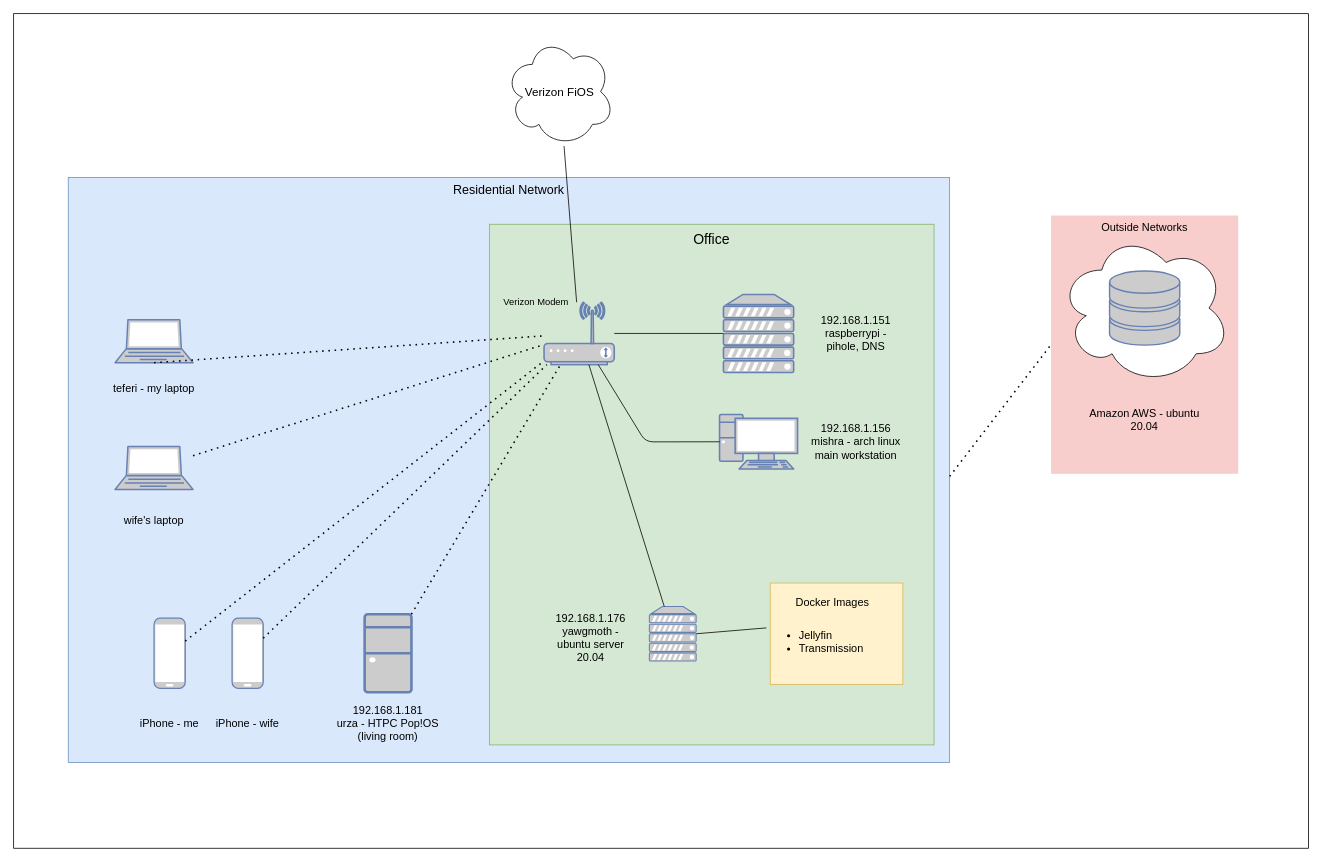
This is Untitled Diagram.drawio from Aezon22/main, a draw.io file, before an edit. Source tidied: cells renumbered, new cells numbered last; positions are measured from the earlier drawing's top-left corner, leaving out a move shared by most shapes. Both pictures are drawn from the tidied source at 78%, with x=0, y=0 at pixel (13, 13).
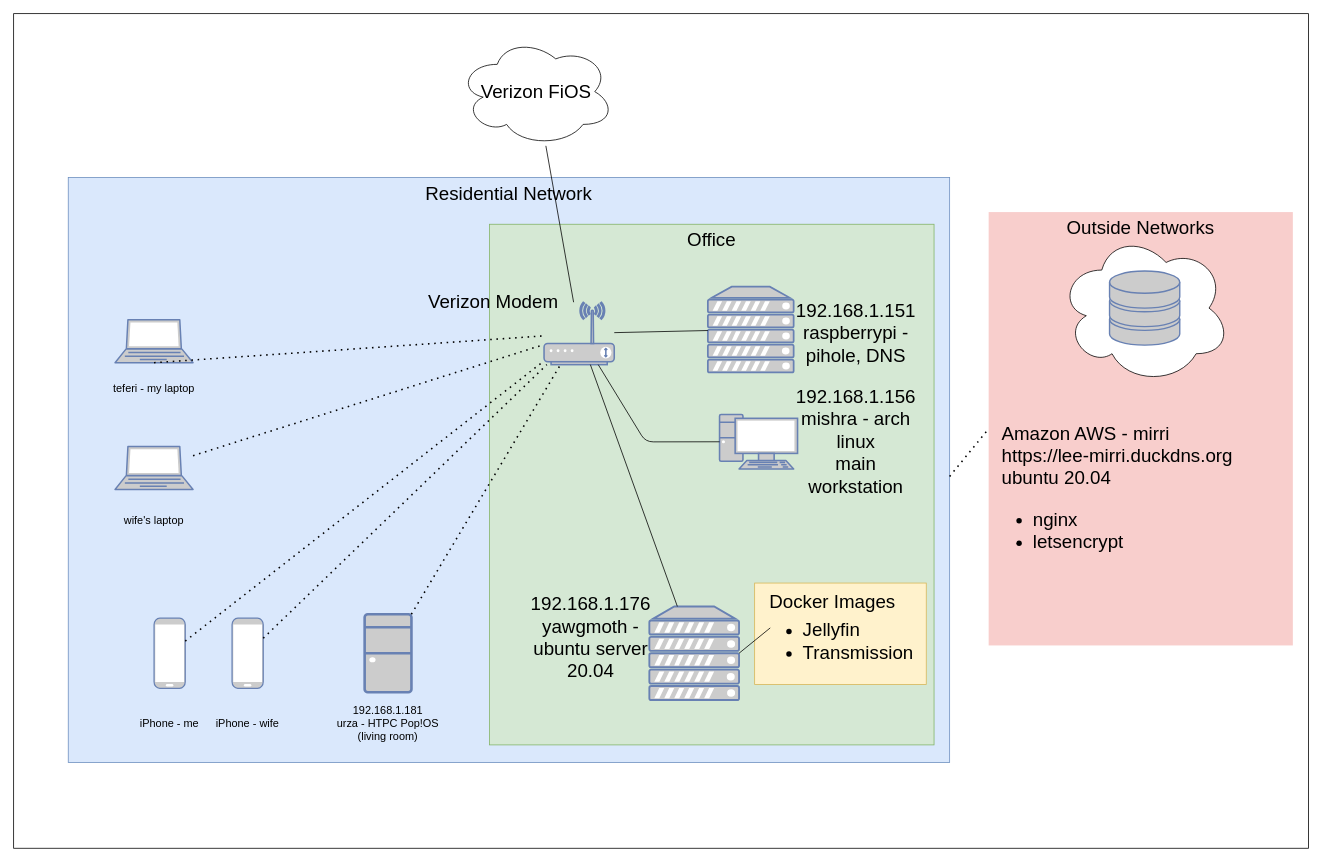
The same page after the edit.

Diff of the diagram source:
```diff
@@
-    <mxCell id="2" style="rounded=0;whiteSpace=wrap;html=1;" parent="1" vertex="1">
+    <mxCell id="2" value="&lt;div align=&quot;left&quot;&gt;&lt;br&gt;&lt;/div&gt;" style="rounded=0;whiteSpace=wrap;html=1;align=left;" parent="1" vertex="1">
       <mxGeometry width="1660" height="1070" as="geometry" />
     </mxCell>
-    <mxCell id="3" value="Residential Network " style="whiteSpace=wrap;html=1;fillColor=#dae8fc;fontSize=16;strokeColor=#6c8ebf;verticalAlign=top;" parent="1" vertex="1">
+    <mxCell id="3" value="&lt;font style=&quot;font-size: 24px&quot;&gt;Residential Network &lt;/font&gt;" style="whiteSpace=wrap;html=1;fillColor=#dae8fc;fontSize=16;strokeColor=#6c8ebf;verticalAlign=top;" parent="1" vertex="1">
       <mxGeometry x="70" y="210" width="1130" height="750" as="geometry" />
     </mxCell>
-    <mxCell id="4" value="Outside Networks" style="whiteSpace=wrap;html=1;fillColor=#f8cecc;fontSize=14;strokeColor=none;verticalAlign=top;" parent="1" vertex="1">
-      <mxGeometry x="1330" y="258.8" width="240" height="331.2" as="geometry" />
+    <mxCell id="4" value="&lt;font style=&quot;font-size: 24px&quot;&gt;Outside Networks&lt;/font&gt;" style="whiteSpace=wrap;html=1;fillColor=#f8cecc;fontSize=14;strokeColor=none;verticalAlign=top;" parent="1" vertex="1">
+      <mxGeometry x="1250" y="254.4" width="390" height="555.6" as="geometry" />
     </mxCell>
@@
-    <mxCell id="7" value="&lt;font style=&quot;font-size: 15px&quot;&gt;Verizon FiOS&lt;/font&gt;" style="ellipse;shape=cloud;whiteSpace=wrap;html=1;" parent="1" vertex="1">
-      <mxGeometry x="630" y="30" width="140" height="140" as="geometry" />
+    <mxCell id="7" value="&lt;font style=&quot;font-size: 24px&quot;&gt;Verizon FiOS&lt;/font&gt;" style="ellipse;shape=cloud;whiteSpace=wrap;html=1;" parent="1" vertex="1">
+      <mxGeometry x="570" y="30" width="200" height="140" as="geometry" />
     </mxCell>
@@
     <mxCell id="13" style="fontColor=#0066CC;verticalAlign=top;verticalLabelPosition=bottom;labelPosition=center;align=center;html=1;outlineConnect=0;fillColor=#CCCCCC;strokeColor=#6881B3;gradientColor=none;gradientDirection=north;strokeWidth=2;shape=mxgraph.networks.server;" parent="1" vertex="1">
-      <mxGeometry x="815" y="760" width="60" height="70" as="geometry" />
+      <mxGeometry x="815" y="760" width="115" height="120" as="geometry" />
     </mxCell>
     <mxCell id="14" style="fontColor=#0066CC;verticalAlign=top;verticalLabelPosition=bottom;labelPosition=center;align=center;html=1;outlineConnect=0;fillColor=#CCCCCC;strokeColor=#6881B3;gradientColor=none;gradientDirection=north;strokeWidth=2;shape=mxgraph.networks.server;" parent="1" vertex="1">
-      <mxGeometry x="910" y="360" width="90" height="100" as="geometry" />
+      <mxGeometry x="890" y="350" width="110" height="110" as="geometry" />
     </mxCell>
@@
-    <mxCell id="30" value="192.168.1.151&lt;br style=&quot;font-size: 14px;&quot;&gt;&lt;div style=&quot;font-size: 14px;&quot;&gt;raspberrypi - pihole, DNS&lt;/div&gt;" style="text;html=1;strokeColor=none;fillColor=none;align=center;verticalAlign=middle;whiteSpace=wrap;rounded=0;fontSize=14;" parent="1" vertex="1">
+    <mxCell id="30" value="&lt;font style=&quot;font-size: 24px&quot;&gt;192.168.1.151&lt;br&gt;&lt;/font&gt;&lt;div style=&quot;font-size: 24px&quot;&gt;&lt;font style=&quot;font-size: 24px&quot;&gt;raspberrypi - pihole, DNS&lt;/font&gt;&lt;/div&gt;" style="text;html=1;strokeColor=none;fillColor=none;align=center;verticalAlign=middle;whiteSpace=wrap;rounded=0;fontSize=14;" parent="1" vertex="1">
       <mxGeometry x="1020" y="390" width="120" height="40" as="geometry" />
     </mxCell>
-    <mxCell id="31" value="&lt;div style=&quot;font-size: 14px;&quot;&gt;192.168.1.156&lt;br style=&quot;font-size: 14px;&quot;&gt;&lt;/div&gt;&lt;div style=&quot;font-size: 14px;&quot;&gt;mishra - arch linux&lt;/div&gt;&lt;div style=&quot;font-size: 14px;&quot;&gt;main workstation&lt;br style=&quot;font-size: 14px;&quot;&gt;&lt;/div&gt;" style="text;html=1;strokeColor=none;fillColor=none;align=center;verticalAlign=middle;whiteSpace=wrap;rounded=0;fontSize=14;" parent="1" vertex="1">
+    <mxCell id="31" value="&lt;div style=&quot;font-size: 24px&quot;&gt;&lt;font style=&quot;font-size: 24px&quot;&gt;192.168.1.156&lt;br&gt;&lt;/font&gt;&lt;/div&gt;&lt;div style=&quot;font-size: 24px&quot;&gt;&lt;font style=&quot;font-size: 24px&quot;&gt;mishra - arch linux&lt;/font&gt;&lt;/div&gt;&lt;div style=&quot;font-size: 24px&quot;&gt;&lt;font style=&quot;font-size: 24px&quot;&gt;main workstation&lt;br&gt;&lt;/font&gt;&lt;/div&gt;" style="text;html=1;strokeColor=none;fillColor=none;align=center;verticalAlign=middle;whiteSpace=wrap;rounded=0;fontSize=14;" parent="1" vertex="1">
       <mxGeometry x="1020" y="528.8" width="120" height="40" as="geometry" />
     </mxCell>
-    <mxCell id="32" value="&lt;div style=&quot;font-size: 14px;&quot;&gt;192.168.1.176&lt;br style=&quot;font-size: 14px;&quot;&gt;&lt;/div&gt;&lt;div style=&quot;font-size: 14px;&quot;&gt;yawgmoth - ubuntu server 20.04&lt;/div&gt;" style="text;html=1;strokeColor=none;fillColor=none;align=center;verticalAlign=middle;whiteSpace=wrap;rounded=0;fontSize=14;" parent="1" vertex="1">
+    <mxCell id="32" value="&lt;div style=&quot;font-size: 24px&quot;&gt;&lt;font style=&quot;font-size: 24px&quot;&gt;192.168.1.176&lt;br&gt;&lt;/font&gt;&lt;/div&gt;&lt;div style=&quot;font-size: 24px&quot;&gt;&lt;font style=&quot;font-size: 24px&quot;&gt;yawgmoth - ubuntu server 20.04&lt;/font&gt;&lt;/div&gt;" style="text;html=1;strokeColor=none;fillColor=none;align=center;verticalAlign=middle;whiteSpace=wrap;rounded=0;fontSize=14;" parent="1" vertex="1">
       <mxGeometry x="680" y="760" width="120" height="80" as="geometry" />
     </mxCell>
     <mxCell id="33" style="rounded=0;whiteSpace=wrap;html=1;fillColor=#fff2cc;strokeColor=#d6b656;" parent="1" vertex="1">
-      <mxGeometry x="970" y="730" width="170" height="130" as="geometry" />
+      <mxGeometry x="950" y="730" width="220" height="130" as="geometry" />
     </mxCell>
-    <mxCell id="34" value="Docker Images" style="text;html=1;strokeColor=none;fillColor=none;align=center;verticalAlign=middle;whiteSpace=wrap;rounded=0;fontSize=14;" parent="1" vertex="1">
+    <mxCell id="34" value="&lt;font style=&quot;font-size: 24px&quot;&gt;Docker Images&lt;/font&gt;" style="text;html=1;strokeColor=none;fillColor=none;align=center;verticalAlign=middle;whiteSpace=wrap;rounded=0;fontSize=14;" parent="1" vertex="1">
       <mxGeometry x="960" y="735" width="180" height="40" as="geometry" />
     </mxCell>
-    <mxCell id="35" value="Office" style="text;html=1;strokeColor=none;fillColor=none;align=center;verticalAlign=middle;whiteSpace=wrap;rounded=0;fontSize=18;" parent="1" vertex="1">
+    <mxCell id="35" value="&lt;font style=&quot;font-size: 24px&quot;&gt;Office&lt;/font&gt;" style="text;html=1;strokeColor=none;fillColor=none;align=center;verticalAlign=middle;whiteSpace=wrap;rounded=0;fontSize=18;" parent="1" vertex="1">
       <mxGeometry x="815" y="270" width="160" height="40" as="geometry" />
     </mxCell>
@@
-    <mxCell id="38" value="&lt;ul style=&quot;font-size: 14px&quot;&gt;&lt;li style=&quot;font-size: 14px&quot;&gt;Jellyfin&lt;/li&gt;&lt;li style=&quot;font-size: 14px&quot;&gt;Transmission&lt;/li&gt;&lt;/ul&gt;" style="text;html=1;strokeColor=none;fillColor=none;align=left;verticalAlign=middle;whiteSpace=wrap;rounded=0;fontSize=14;" parent="1" vertex="1">
-      <mxGeometry x="965" y="770" width="180" height="70" as="geometry" />
+    <mxCell id="38" value="&lt;ul style=&quot;font-size: 24px&quot;&gt;&lt;li&gt;&lt;font style=&quot;font-size: 24px&quot;&gt;Jellyfin&lt;/font&gt;&lt;/li&gt;&lt;li&gt;&lt;font style=&quot;font-size: 24px&quot;&gt;Transmission&lt;/font&gt;&lt;/li&gt;&lt;/ul&gt;" style="text;html=1;strokeColor=none;fillColor=none;align=left;verticalAlign=middle;whiteSpace=wrap;rounded=0;fontSize=14;" parent="1" vertex="1">
+      <mxGeometry x="970" y="770" width="200" height="70" as="geometry" />
     </mxCell>
-    <mxCell id="39" value="Amazon AWS - ubuntu 20.04" style="text;html=1;strokeColor=none;fillColor=none;align=center;verticalAlign=middle;whiteSpace=wrap;rounded=0;fontSize=14;" parent="1" vertex="1">
-      <mxGeometry x="1370" y="500" width="160" height="40" as="geometry" />
+    <mxCell id="39" value="&lt;div align=&quot;left&quot;&gt;&lt;font style=&quot;font-size: 24px&quot;&gt;Amazon AWS - mirri&lt;br&gt;&lt;/font&gt;&lt;/div&gt;&lt;div align=&quot;left&quot;&gt;&lt;font style=&quot;font-size: 24px&quot;&gt;https://lee-mirri.duckdns.org&lt;/font&gt;&lt;/div&gt;&lt;div align=&quot;left&quot;&gt;&lt;font style=&quot;font-size: 24px&quot;&gt;ubuntu 20.04&lt;/font&gt;&lt;/div&gt;&lt;div align=&quot;left&quot;&gt;&lt;ul style=&quot;font-size: 24px&quot;&gt;&lt;li&gt;nginx&lt;/li&gt;&lt;li&gt;letsencrypt&lt;br&gt;&lt;/li&gt;&lt;/ul&gt;&lt;/div&gt;" style="text;html=1;strokeColor=none;fillColor=none;align=left;verticalAlign=middle;whiteSpace=wrap;rounded=0;fontSize=14;" parent="1" vertex="1">
+      <mxGeometry x="1265" y="475" width="360" height="290" as="geometry" />
     </mxCell>
@@
-    <mxCell id="42" value="Verizon Modem" style="text;html=1;strokeColor=none;fillColor=none;align=center;verticalAlign=middle;whiteSpace=wrap;rounded=0;" parent="1" vertex="1">
-      <mxGeometry x="610" y="360" width="120" height="20" as="geometry" />
+    <mxCell id="42" value="&lt;font style=&quot;font-size: 24px&quot;&gt;Verizon Modem&lt;/font&gt;" style="text;html=1;strokeColor=none;fillColor=none;align=center;verticalAlign=middle;whiteSpace=wrap;rounded=0;" parent="1" vertex="1">
+      <mxGeometry x="530" y="360" width="170" height="20" as="geometry" />
     </mxCell>
```
